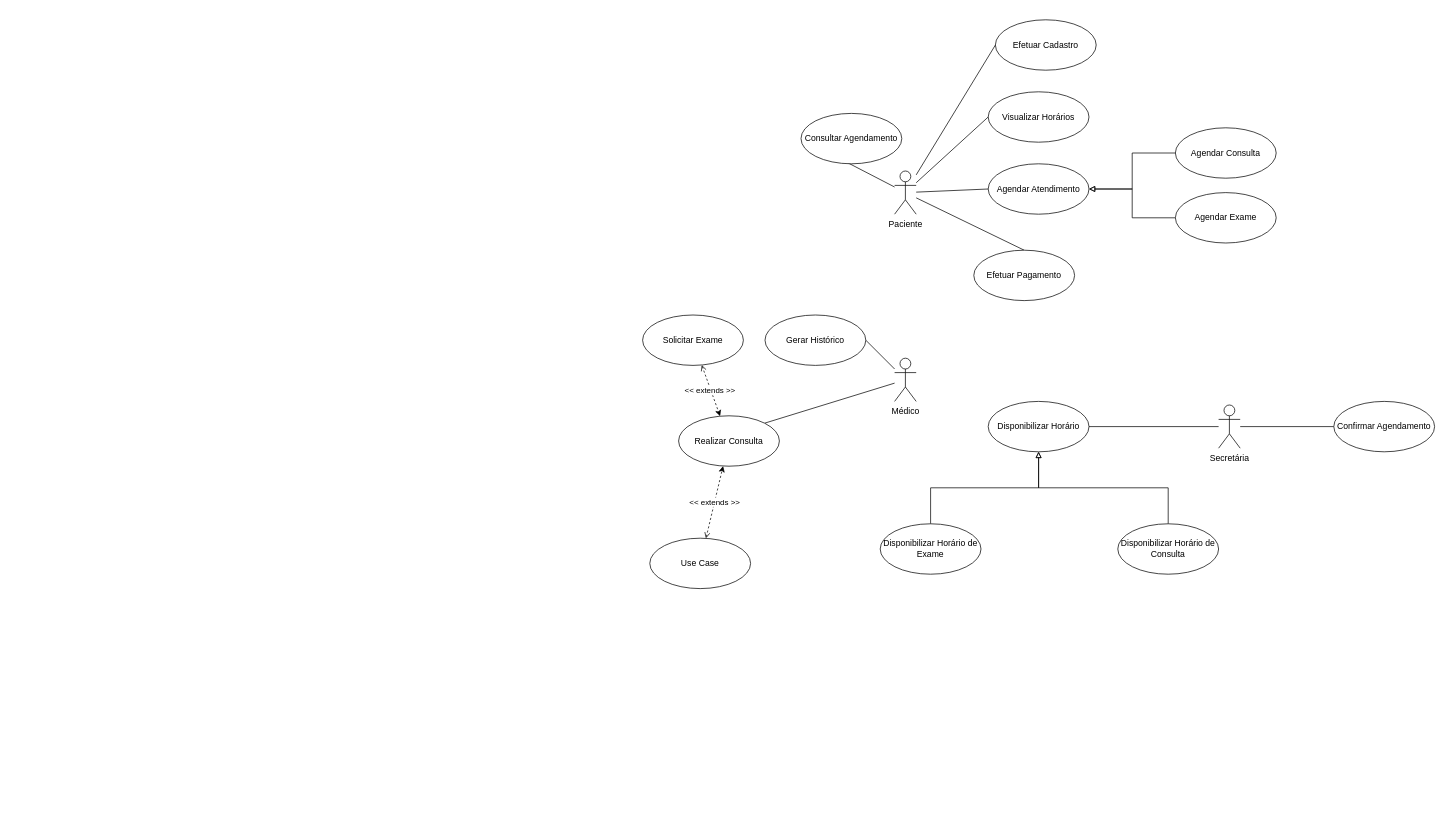
Before: IES300/atividades/atividade_casosDeUso/atv_casoDeUso_aula09.drawio in leonardosetti/FATECTq, a draw.io diagram. Source tidied: cells renumbered, new cells numbered last; positions are measured from the earlier drawing's top-left corner, leaving out a move shared by most shapes. Both pictures are drawn from the tidied source at 72%, with x=0, y=0 at pixel (642, 19).
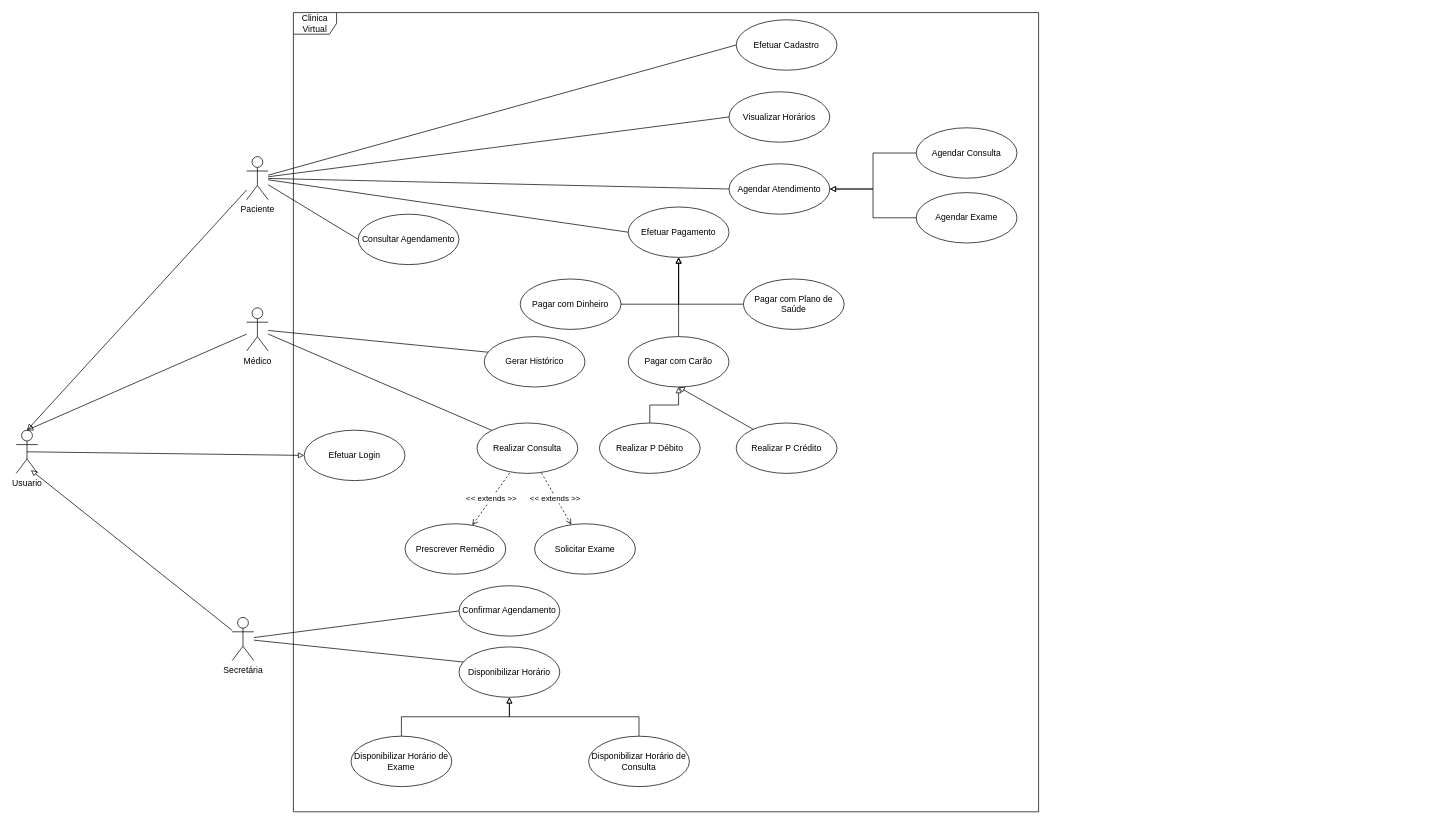
The same diagram, later.

Diff of the diagram source:
```diff
@@
-    <mxCell id="6" style="rounded=0;jettySize=auto;html=1;entryX=0.5;entryY=0;entryDx=0;entryDy=0;endArrow=none;endFill=0;" parent="1" edge="1" source="7" target="28">
+    <mxCell id="6" style="rounded=0;jettySize=auto;html=1;entryX=0;entryY=0.5;entryDx=0;entryDy=0;endArrow=none;endFill=0;" parent="1" edge="1" source="7" target="28">
       <mxGeometry relative="1" as="geometry" />
     </mxCell>
     <mxCell id="7" value="Paciente" style="shape=umlActor;verticalLabelPosition=bottom;verticalAlign=top;html=1;" parent="1" vertex="1">
-      <mxGeometry x="350" y="210" width="30" height="60" as="geometry" />
+      <mxGeometry x="-550" y="190" width="30" height="60" as="geometry" />
     </mxCell>
-    <mxCell id="8" style="rounded=0;jettySize=auto;html=1;entryX=1;entryY=0;entryDx=0;entryDy=0;endArrow=none;endFill=0;" parent="1" edge="1" source="10" target="31">
+    <mxCell id="8" style="rounded=0;jettySize=auto;html=1;entryX=0;entryY=0;entryDx=0;entryDy=0;endArrow=none;endFill=0;" parent="1" edge="1" source="10" target="31">
       <mxGeometry relative="1" as="geometry" />
     </mxCell>
@@
     <mxCell id="10" value="Médico" style="shape=umlActor;verticalLabelPosition=bottom;verticalAlign=top;html=1;" parent="1" vertex="1">
-      <mxGeometry x="350" y="470" width="30" height="60" as="geometry" />
+      <mxGeometry x="-550" y="400" width="30" height="60" as="geometry" />
     </mxCell>
@@
+    <mxCell id="35" style="rounded=0;jettySize=auto;html=1;entryX=0.681;entryY=0.924;entryDx=0;entryDy=0;entryPerimeter=0;endArrow=block;endFill=0;" parent="1" edge="1" source="13" target="42">
+      <mxGeometry relative="1" as="geometry" />
+    </mxCell>
     <mxCell id="13" value="Secretária" style="shape=umlActor;verticalLabelPosition=bottom;verticalAlign=top;html=1;" parent="1" vertex="1">
-      <mxGeometry x="800" y="535" width="30" height="60" as="geometry" />
+      <mxGeometry x="-570" y="830" width="30" height="60" as="geometry" />
     </mxCell>
     <mxCell id="14" value="Visualizar Horários" style="ellipse;whiteSpace=wrap;html=1;" parent="1" vertex="1">
-      <mxGeometry x="480" y="100" width="140" height="70" as="geometry" />
+      <mxGeometry x="120" y="100" width="140" height="70" as="geometry" />
     </mxCell>
     <mxCell id="15" value="Consultar Agendamento" style="ellipse;whiteSpace=wrap;html=1;" parent="1" vertex="1">
-      <mxGeometry x="220" y="130" width="140" height="70" as="geometry" />
+      <mxGeometry x="-395" y="270" width="140" height="70" as="geometry" />
     </mxCell>
     <mxCell id="16" value="Agendar Atendimento" style="ellipse;whiteSpace=wrap;html=1;" parent="1" vertex="1">
-      <mxGeometry x="480" y="200" width="140" height="70" as="geometry" />
+      <mxGeometry x="120" y="200" width="140" height="70" as="geometry" />
     </mxCell>
     <mxCell id="17" value="Efetuar Cadastro" style="ellipse;whiteSpace=wrap;html=1;" parent="1" vertex="1">
-      <mxGeometry x="490" width="140" height="70" as="geometry" />
+      <mxGeometry x="130" width="140" height="70" as="geometry" />
     </mxCell>
@@
     <mxCell id="19" value="Agendar Exame" style="ellipse;whiteSpace=wrap;html=1;" parent="1" vertex="1">
-      <mxGeometry x="740" y="240" width="140" height="70" as="geometry" />
+      <mxGeometry x="380" y="240" width="140" height="70" as="geometry" />
     </mxCell>
@@
     <mxCell id="21" value="Agendar Consulta" style="ellipse;whiteSpace=wrap;html=1;" parent="1" vertex="1">
-      <mxGeometry x="740" y="150" width="140" height="70" as="geometry" />
+      <mxGeometry x="380" y="150" width="140" height="70" as="geometry" />
     </mxCell>
     <mxCell id="22" value="Confirmar Agendamento" style="ellipse;whiteSpace=wrap;html=1;" parent="1" vertex="1">
-      <mxGeometry x="960" y="530" width="140" height="70" as="geometry" />
+      <mxGeometry x="-255" y="786" width="140" height="70" as="geometry" />
     </mxCell>
     <mxCell id="23" value="Disponibilizar Horário" style="ellipse;whiteSpace=wrap;html=1;" parent="1" vertex="1">
-      <mxGeometry x="480" y="530" width="140" height="70" as="geometry" />
+      <mxGeometry x="-255" y="871" width="140" height="70" as="geometry" />
     </mxCell>
@@
     <mxCell id="25" value="Disponibilizar Horário de Exame" style="ellipse;whiteSpace=wrap;html=1;" parent="1" vertex="1">
-      <mxGeometry x="330" y="700" width="140" height="70" as="geometry" />
+      <mxGeometry x="-405" y="995" width="140" height="70" as="geometry" />
     </mxCell>
@@
     <mxCell id="27" value="Disponibilizar Horário de Consulta" style="ellipse;whiteSpace=wrap;html=1;" parent="1" vertex="1">
-      <mxGeometry x="660" y="700" width="140" height="70" as="geometry" />
+      <mxGeometry x="-75" y="995" width="140" height="70" as="geometry" />
     </mxCell>
     <mxCell id="28" value="Efetuar Pagamento" style="ellipse;whiteSpace=wrap;html=1;" parent="1" vertex="1">
-      <mxGeometry x="460" y="320" width="140" height="70" as="geometry" />
+      <mxGeometry x="-20" y="260" width="140" height="70" as="geometry" />
     </mxCell>
-    <mxCell id="29" value="&amp;lt;&amp;lt; extends &amp;gt;&amp;gt;&amp;nbsp;" style="rounded=0;jettySize=auto;html=1;dashed=1;startArrow=open;startFill=0;" parent="1" edge="1" source="30" target="31">
+    <mxCell id="29" value="&amp;lt;&amp;lt; extends &amp;gt;&amp;gt;&amp;nbsp;" style="rounded=0;jettySize=auto;html=1;dashed=1;startArrow=open;startFill=0;endArrow=none;endFill=0;" parent="1" edge="1" source="30" target="31">
       <mxGeometry relative="1" as="geometry" />
     </mxCell>
     <mxCell id="30" value="Solicitar Exame" style="ellipse;whiteSpace=wrap;html=1;" parent="1" vertex="1">
-      <mxGeometry y="410" width="140" height="70" as="geometry" />
+      <mxGeometry x="-150" y="700" width="140" height="70" as="geometry" />
     </mxCell>
     <mxCell id="31" value="Realizar Consulta" style="ellipse;whiteSpace=wrap;html=1;" parent="1" vertex="1">
-      <mxGeometry x="50" y="550" width="140" height="70" as="geometry" />
+      <mxGeometry x="-230" y="560" width="140" height="70" as="geometry" />
     </mxCell>
-    <mxCell id="32" value="&amp;lt;&amp;lt; extends &amp;gt;&amp;gt;" style="rounded=0;jettySize=auto;html=1;dashed=1;startArrow=open;startFill=0;" parent="1" edge="1" source="33" target="31">
+    <mxCell id="32" value="&amp;lt;&amp;lt; extends &amp;gt;&amp;gt;" style="rounded=0;jettySize=auto;html=1;dashed=1;startArrow=open;startFill=0;endArrow=none;endFill=0;" parent="1" edge="1" source="33" target="31">
       <mxGeometry relative="1" as="geometry" />
     </mxCell>
-    <mxCell id="33" value="Use Case" style="ellipse;whiteSpace=wrap;html=1;" parent="1" vertex="1">
-      <mxGeometry x="10" y="720" width="140" height="70" as="geometry" />
+    <mxCell id="33" value="Prescrever Remédio" style="ellipse;whiteSpace=wrap;html=1;" parent="1" vertex="1">
+      <mxGeometry x="-330" y="700" width="140" height="70" as="geometry" />
     </mxCell>
     <mxCell id="34" value="Gerar Histórico" style="ellipse;whiteSpace=wrap;html=1;" parent="1" vertex="1">
-      <mxGeometry x="170" y="410" width="140" height="70" as="geometry" />
+      <mxGeometry x="-220" y="440" width="140" height="70" as="geometry" />
     </mxCell>
+    <mxCell id="36" style="edgeStyle=orthogonalEdgeStyle;rounded=0;jettySize=auto;html=1;entryX=0.5;entryY=1;entryDx=0;entryDy=0;endArrow=block;endFill=0;" parent="1" edge="1" source="37" target="28">
+      <mxGeometry relative="1" as="geometry" />
+    </mxCell>
+    <mxCell id="37" value="Pagar com Dinheiro" style="ellipse;whiteSpace=wrap;html=1;" parent="1" vertex="1">
+      <mxGeometry x="-170" y="360" width="140" height="70" as="geometry" />
+    </mxCell>
+    <mxCell id="38" style="edgeStyle=orthogonalEdgeStyle;rounded=0;jettySize=auto;html=1;entryX=0.5;entryY=1;entryDx=0;entryDy=0;endArrow=block;endFill=0;" parent="1" edge="1" source="39" target="28">
+      <mxGeometry relative="1" as="geometry" />
+    </mxCell>
+    <mxCell id="39" value="Pagar com Plano de Saúde" style="ellipse;whiteSpace=wrap;html=1;" parent="1" vertex="1">
+      <mxGeometry x="140" y="360" width="140" height="70" as="geometry" />
+    </mxCell>
+    <mxCell id="40" value="Efetuar Login" style="ellipse;whiteSpace=wrap;html=1;" parent="1" vertex="1">
+      <mxGeometry x="-470" y="570" width="140" height="70" as="geometry" />
+    </mxCell>
+    <mxCell id="41" style="rounded=0;jettySize=auto;html=1;endArrow=block;endFill=0;exitX=0.5;exitY=0.5;exitDx=0;exitDy=0;exitPerimeter=0;entryX=0;entryY=0.5;entryDx=0;entryDy=0;" parent="1" edge="1" source="42" target="40">
+      <mxGeometry relative="1" as="geometry" />
+    </mxCell>
+    <mxCell id="42" value="Usuario" style="shape=umlActor;verticalLabelPosition=bottom;verticalAlign=top;html=1;" parent="1" vertex="1">
+      <mxGeometry x="-870" y="570" width="30" height="60" as="geometry" />
+    </mxCell>
+    <mxCell id="43" style="edgeStyle=orthogonalEdgeStyle;rounded=0;jettySize=auto;html=1;endArrow=block;endFill=0;entryX=0.5;entryY=1;entryDx=0;entryDy=0;" parent="1" edge="1" source="44" target="28">
+      <mxGeometry relative="1" as="geometry" />
+    </mxCell>
+    <mxCell id="44" value="Pagar com Carão" style="ellipse;whiteSpace=wrap;html=1;" parent="1" vertex="1">
+      <mxGeometry x="-20" y="440" width="140" height="70" as="geometry" />
+    </mxCell>
+    <mxCell id="45" style="rounded=0;jettySize=auto;html=1;entryX=0.5;entryY=0;entryDx=0;entryDy=0;entryPerimeter=0;endArrow=block;endFill=0;" parent="1" edge="1" source="7" target="42">
+      <mxGeometry relative="1" as="geometry" />
+    </mxCell>
+    <mxCell id="46" style="rounded=0;jettySize=auto;html=1;entryX=0.5;entryY=0;entryDx=0;entryDy=0;entryPerimeter=0;endArrow=block;endFill=0;" parent="1" edge="1" source="10" target="42">
+      <mxGeometry relative="1" as="geometry" />
+    </mxCell>
+    <mxCell id="47" style="edgeStyle=orthogonalEdgeStyle;rounded=0;jettySize=auto;html=1;entryX=0.5;entryY=1;entryDx=0;entryDy=0;endArrow=block;endFill=0;" parent="1" edge="1" source="48" target="44">
+      <mxGeometry relative="1" as="geometry" />
+    </mxCell>
+    <mxCell id="48" value="Realizar P Débito" style="ellipse;whiteSpace=wrap;html=1;" parent="1" vertex="1">
+      <mxGeometry x="-60" y="560" width="140" height="70" as="geometry" />
+    </mxCell>
+    <mxCell id="49" style="rounded=0;jettySize=auto;html=1;entryX=0.5;entryY=1;entryDx=0;entryDy=0;endArrow=block;endFill=0;" parent="1" edge="1" source="51" target="44">
+      <mxGeometry relative="1" as="geometry" />
+    </mxCell>
+    <mxCell id="50" value="Clinica Virtual" style="shape=umlFrame;whiteSpace=wrap;html=1;" parent="1" vertex="1">
+      <mxGeometry x="-485" y="-10" width="1035" height="1110" as="geometry" />
+    </mxCell>
+    <mxCell id="51" value="Realizar P Crédito" style="ellipse;whiteSpace=wrap;html=1;" parent="1" vertex="1">
+      <mxGeometry x="130" y="560" width="140" height="70" as="geometry" />
+    </mxCell>
```
